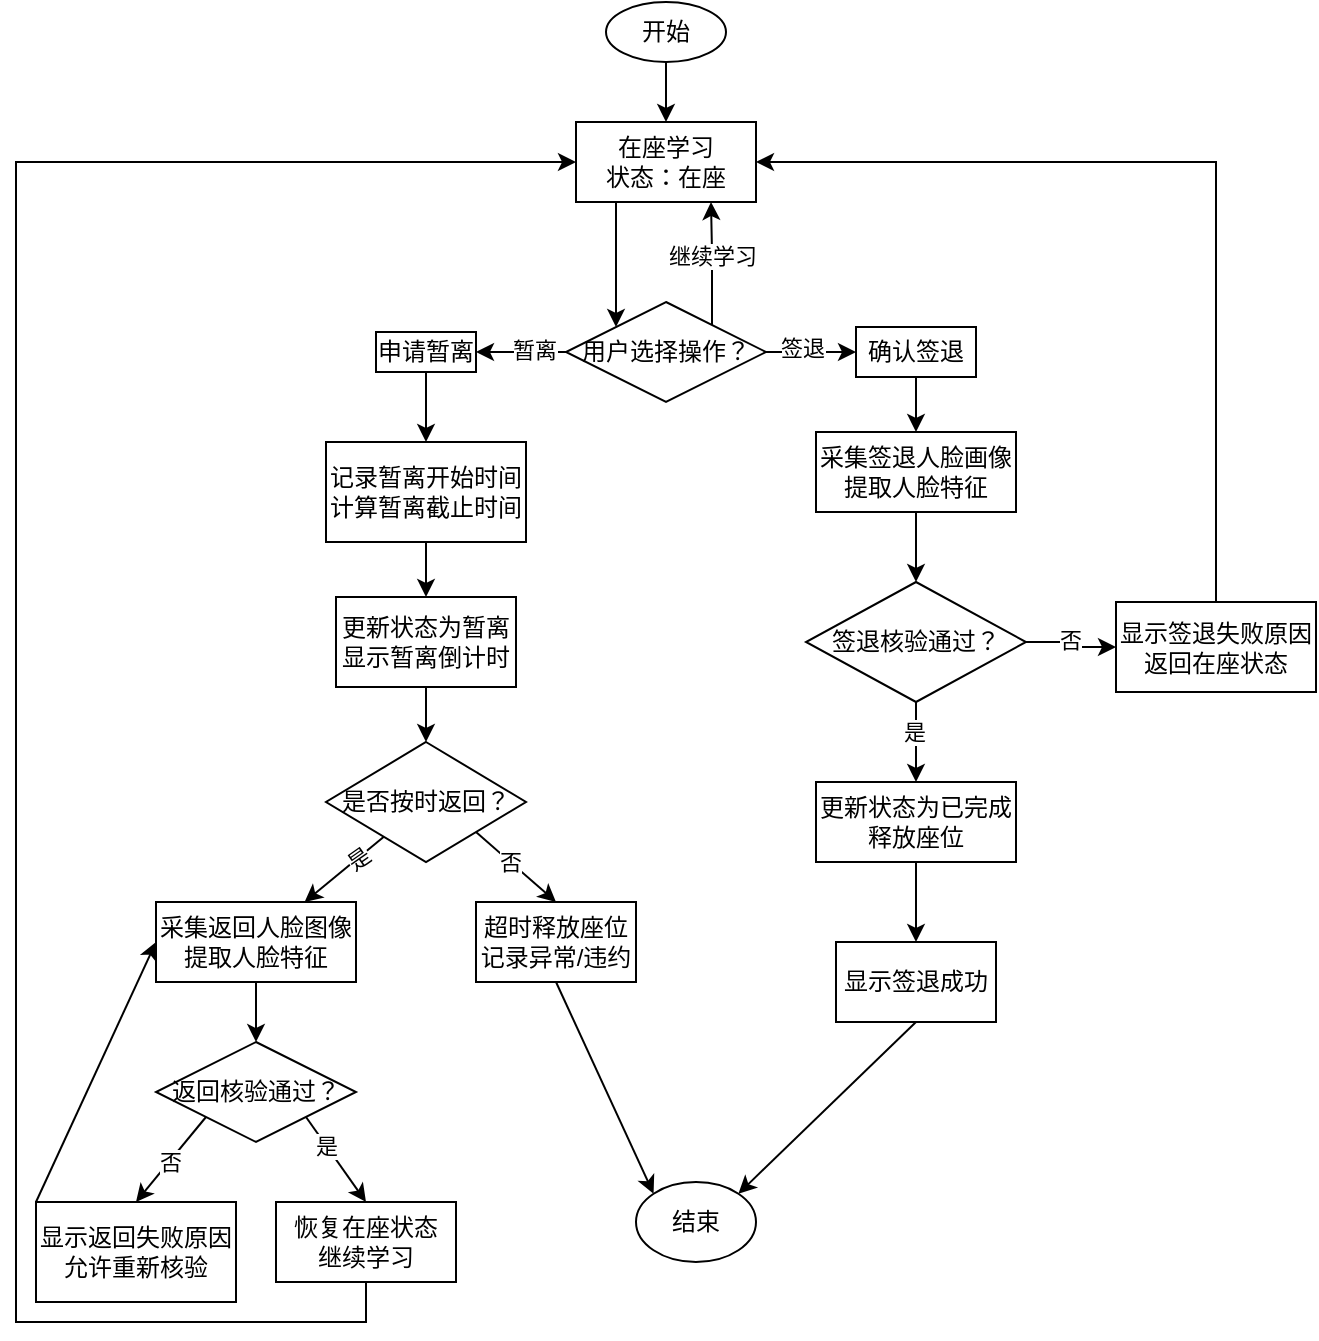
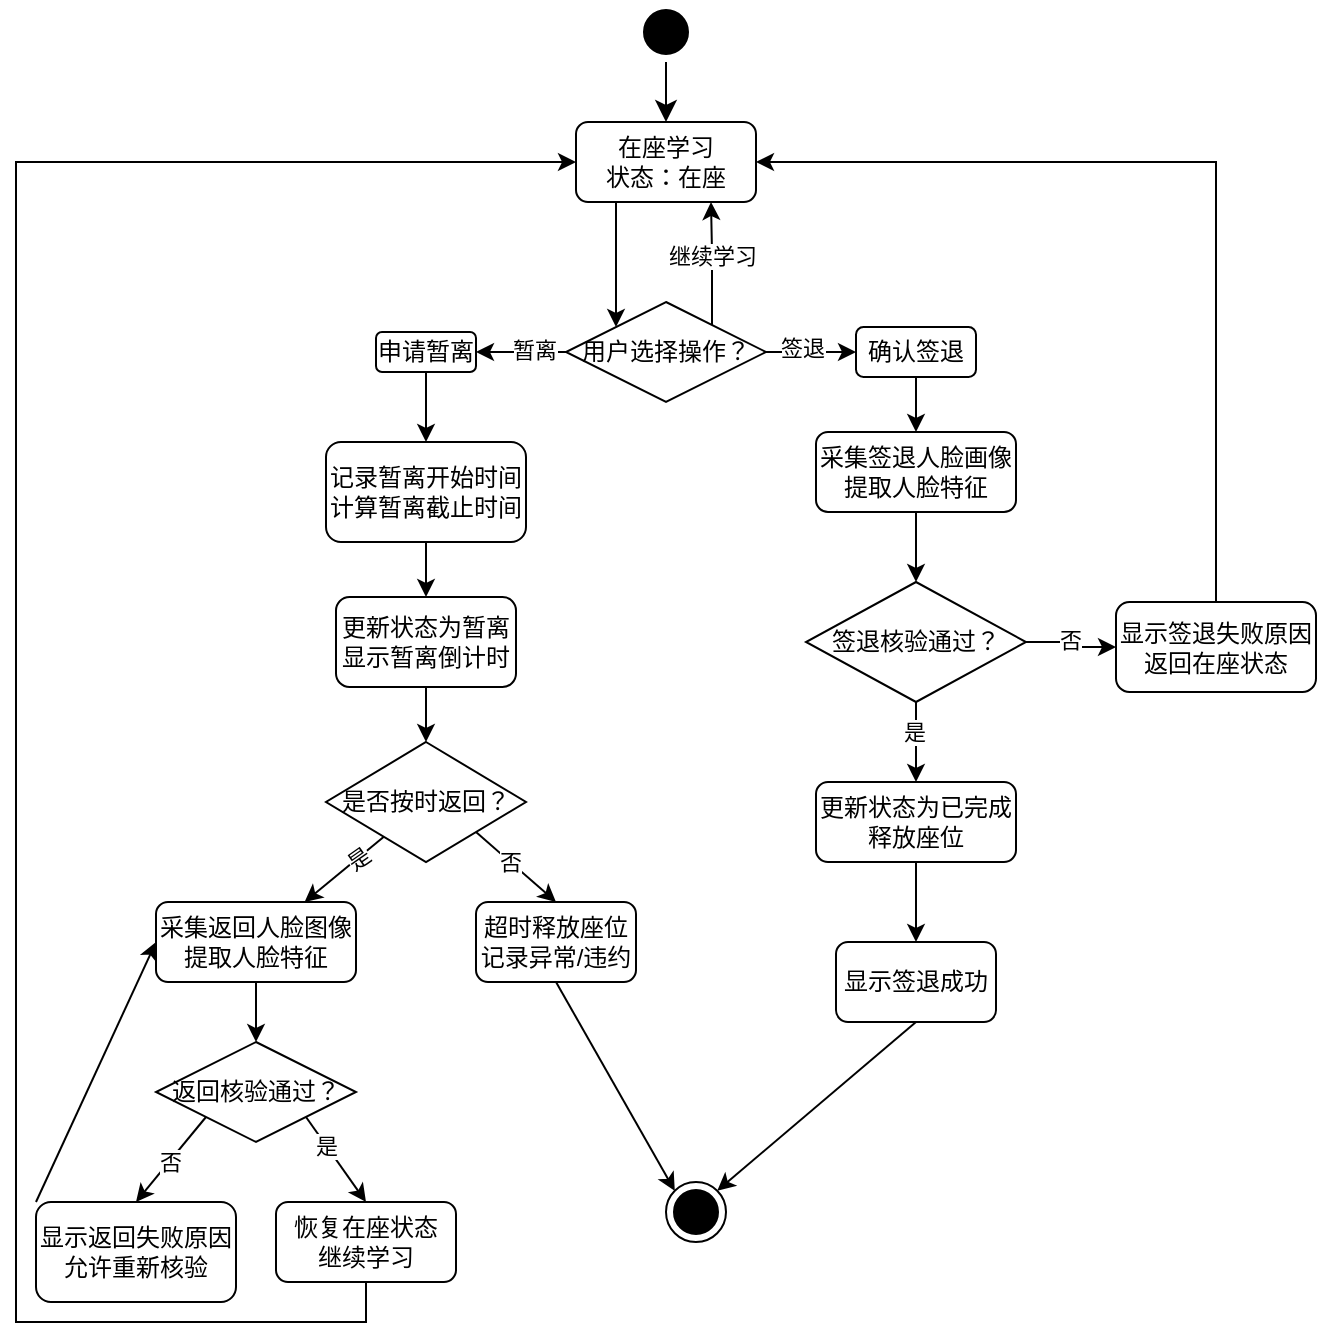
<mxfile host="app.diagrams.net">
  <diagram id="C5RBs43oDa-KdzZeNtuy" name="Page-1">
-     <mxGraphModel dx="1595" dy="766" grid="1" gridSize="10" guides="1" tooltips="1" connect="1" arrows="1" fold="1" page="1" pageScale="1" pageWidth="827" pageHeight="1169" math="0" shadow="0">
+     <mxGraphModel dx="1980" dy="767" grid="1" gridSize="10" guides="1" tooltips="1" connect="1" arrows="1" fold="1" page="1" pageScale="1" pageWidth="827" pageHeight="1169" math="0" shadow="0">
      <root>
        <mxCell id="WIyWlLk6GJQsqaUBKTNV-0" />
        <mxCell id="WIyWlLk6GJQsqaUBKTNV-1" parent="WIyWlLk6GJQsqaUBKTNV-0" />
-         <mxCell id="KdbnOWA6Q3B73fjV9xqP-21" edge="1" parent="WIyWlLk6GJQsqaUBKTNV-1" source="KdbnOWA6Q3B73fjV9xqP-0" style="edgeStyle=orthogonalEdgeStyle;rounded=0;orthogonalLoop=1;jettySize=auto;html=1;entryX=0.5;entryY=0;entryDx=0;entryDy=0;" target="KdbnOWA6Q3B73fjV9xqP-1">
-           <mxGeometry relative="1" as="geometry" />
-         </mxCell>
-         <mxCell id="KdbnOWA6Q3B73fjV9xqP-0" parent="WIyWlLk6GJQsqaUBKTNV-1" style="ellipse;whiteSpace=wrap;html=1;" value="开始" vertex="1">
-           <mxGeometry height="30" width="60" x="215" y="170" as="geometry" />
-         </mxCell>
        <mxCell id="KdbnOWA6Q3B73fjV9xqP-54" edge="1" parent="WIyWlLk6GJQsqaUBKTNV-1" source="KdbnOWA6Q3B73fjV9xqP-1" style="edgeStyle=orthogonalEdgeStyle;rounded=0;orthogonalLoop=1;jettySize=auto;html=1;exitX=0.25;exitY=1;exitDx=0;exitDy=0;entryX=0;entryY=0;entryDx=0;entryDy=0;" target="KdbnOWA6Q3B73fjV9xqP-2">
          <mxGeometry relative="1" as="geometry">
            <Array as="points">
              <mxPoint x="220" y="270" />
            </Array>
          </mxGeometry>
        </mxCell>
-         <mxCell id="KdbnOWA6Q3B73fjV9xqP-1" parent="WIyWlLk6GJQsqaUBKTNV-1" style="whiteSpace=wrap;html=1;" value="在座学习&lt;br&gt;状态：在座" vertex="1">
+         <mxCell id="KdbnOWA6Q3B73fjV9xqP-1" parent="WIyWlLk6GJQsqaUBKTNV-1" style="whiteSpace=wrap;html=1;rounded=1;" value="在座学习&lt;br&gt;状态：在座" vertex="1">
          <mxGeometry height="40" width="90" x="200" y="230" as="geometry" />
        </mxCell>
        <mxCell id="KdbnOWA6Q3B73fjV9xqP-25" edge="1" parent="WIyWlLk6GJQsqaUBKTNV-1" source="KdbnOWA6Q3B73fjV9xqP-2" style="edgeStyle=orthogonalEdgeStyle;rounded=0;orthogonalLoop=1;jettySize=auto;html=1;exitX=0;exitY=0.5;exitDx=0;exitDy=0;entryX=1;entryY=0.5;entryDx=0;entryDy=0;" target="KdbnOWA6Q3B73fjV9xqP-11">
          <mxGeometry relative="1" as="geometry" />
        </mxCell>
        <mxCell id="KdbnOWA6Q3B73fjV9xqP-60" connectable="0" parent="KdbnOWA6Q3B73fjV9xqP-25" style="edgeLabel;html=1;align=center;verticalAlign=middle;resizable=0;points=[];" value="暂离" vertex="1">
          <mxGeometry relative="1" x="-0.2762" y="-1" as="geometry">
            <mxPoint as="offset" />
          </mxGeometry>
        </mxCell>
        <mxCell id="KdbnOWA6Q3B73fjV9xqP-41" edge="1" parent="WIyWlLk6GJQsqaUBKTNV-1" source="KdbnOWA6Q3B73fjV9xqP-2" style="edgeStyle=orthogonalEdgeStyle;rounded=0;orthogonalLoop=1;jettySize=auto;html=1;exitX=1;exitY=0.5;exitDx=0;exitDy=0;" target="KdbnOWA6Q3B73fjV9xqP-3">
          <mxGeometry relative="1" as="geometry" />
        </mxCell>
        <mxCell id="KdbnOWA6Q3B73fjV9xqP-59" connectable="0" parent="KdbnOWA6Q3B73fjV9xqP-41" style="edgeLabel;html=1;align=center;verticalAlign=middle;resizable=0;points=[];" value="签退" vertex="1">
          <mxGeometry relative="1" x="-0.2296" y="2" as="geometry">
            <mxPoint as="offset" />
          </mxGeometry>
        </mxCell>
        <mxCell id="KdbnOWA6Q3B73fjV9xqP-57" edge="1" parent="WIyWlLk6GJQsqaUBKTNV-1" source="KdbnOWA6Q3B73fjV9xqP-2" style="edgeStyle=orthogonalEdgeStyle;rounded=0;orthogonalLoop=1;jettySize=auto;html=1;exitX=1;exitY=0;exitDx=0;exitDy=0;entryX=0.75;entryY=1;entryDx=0;entryDy=0;" target="KdbnOWA6Q3B73fjV9xqP-1">
          <mxGeometry relative="1" as="geometry">
            <Array as="points">
              <mxPoint x="268" y="333" />
              <mxPoint x="268" y="295" />
            </Array>
          </mxGeometry>
        </mxCell>
        <mxCell id="KdbnOWA6Q3B73fjV9xqP-58" connectable="0" parent="KdbnOWA6Q3B73fjV9xqP-57" style="edgeLabel;html=1;align=center;verticalAlign=middle;resizable=0;points=[];" value="继续学习" vertex="1">
          <mxGeometry relative="1" x="0.1524" as="geometry">
            <mxPoint as="offset" />
          </mxGeometry>
        </mxCell>
        <mxCell id="KdbnOWA6Q3B73fjV9xqP-2" parent="WIyWlLk6GJQsqaUBKTNV-1" style="rhombus;whiteSpace=wrap;html=1;" value="用户选择操作？" vertex="1">
          <mxGeometry height="50" width="100" x="195" y="320" as="geometry" />
        </mxCell>
        <mxCell id="KdbnOWA6Q3B73fjV9xqP-43" edge="1" parent="WIyWlLk6GJQsqaUBKTNV-1" source="KdbnOWA6Q3B73fjV9xqP-3" style="edgeStyle=orthogonalEdgeStyle;rounded=0;orthogonalLoop=1;jettySize=auto;html=1;exitX=0.5;exitY=1;exitDx=0;exitDy=0;entryX=0.5;entryY=0;entryDx=0;entryDy=0;" target="KdbnOWA6Q3B73fjV9xqP-5">
          <mxGeometry relative="1" as="geometry" />
        </mxCell>
-         <mxCell id="KdbnOWA6Q3B73fjV9xqP-3" parent="WIyWlLk6GJQsqaUBKTNV-1" style="whiteSpace=wrap;html=1;" value="确认签退" vertex="1">
+         <mxCell id="KdbnOWA6Q3B73fjV9xqP-3" parent="WIyWlLk6GJQsqaUBKTNV-1" style="whiteSpace=wrap;html=1;rounded=1;" value="确认签退" vertex="1">
          <mxGeometry height="25" width="60" x="340" y="332.5" as="geometry" />
        </mxCell>
        <mxCell id="KdbnOWA6Q3B73fjV9xqP-44" edge="1" parent="WIyWlLk6GJQsqaUBKTNV-1" source="KdbnOWA6Q3B73fjV9xqP-5" style="edgeStyle=orthogonalEdgeStyle;rounded=0;orthogonalLoop=1;jettySize=auto;html=1;exitX=0.5;exitY=1;exitDx=0;exitDy=0;entryX=0.5;entryY=0;entryDx=0;entryDy=0;" target="KdbnOWA6Q3B73fjV9xqP-6">
          <mxGeometry relative="1" as="geometry" />
        </mxCell>
-         <mxCell id="KdbnOWA6Q3B73fjV9xqP-5" parent="WIyWlLk6GJQsqaUBKTNV-1" style="whiteSpace=wrap;html=1;" value="采集签退人脸画像&lt;br&gt;提取人脸特征" vertex="1">
+         <mxCell id="KdbnOWA6Q3B73fjV9xqP-5" parent="WIyWlLk6GJQsqaUBKTNV-1" style="whiteSpace=wrap;html=1;rounded=1;" value="采集签退人脸画像&lt;br&gt;提取人脸特征" vertex="1">
          <mxGeometry height="40" width="100" x="320" y="385" as="geometry" />
        </mxCell>
        <mxCell id="KdbnOWA6Q3B73fjV9xqP-45" edge="1" parent="WIyWlLk6GJQsqaUBKTNV-1" source="KdbnOWA6Q3B73fjV9xqP-6" style="edgeStyle=orthogonalEdgeStyle;rounded=0;orthogonalLoop=1;jettySize=auto;html=1;exitX=1;exitY=0.5;exitDx=0;exitDy=0;entryX=0;entryY=0.5;entryDx=0;entryDy=0;" target="KdbnOWA6Q3B73fjV9xqP-10">
          <mxGeometry relative="1" as="geometry" />
        </mxCell>
        <mxCell id="KdbnOWA6Q3B73fjV9xqP-46" connectable="0" parent="KdbnOWA6Q3B73fjV9xqP-45" style="edgeLabel;html=1;align=center;verticalAlign=middle;resizable=0;points=[];" value="否" vertex="1">
          <mxGeometry relative="1" x="-0.0857" y="1" as="geometry">
            <mxPoint as="offset" />
          </mxGeometry>
        </mxCell>
        <mxCell id="KdbnOWA6Q3B73fjV9xqP-48" edge="1" parent="WIyWlLk6GJQsqaUBKTNV-1" source="KdbnOWA6Q3B73fjV9xqP-6" style="edgeStyle=orthogonalEdgeStyle;rounded=0;orthogonalLoop=1;jettySize=auto;html=1;exitX=0.5;exitY=1;exitDx=0;exitDy=0;entryX=0.5;entryY=0;entryDx=0;entryDy=0;" target="KdbnOWA6Q3B73fjV9xqP-7">
          <mxGeometry relative="1" as="geometry" />
        </mxCell>
        <mxCell id="KdbnOWA6Q3B73fjV9xqP-49" connectable="0" parent="KdbnOWA6Q3B73fjV9xqP-48" style="edgeLabel;html=1;align=center;verticalAlign=middle;resizable=0;points=[];" value="是" vertex="1">
          <mxGeometry relative="1" x="-0.2667" y="-1" as="geometry">
            <mxPoint as="offset" />
          </mxGeometry>
        </mxCell>
        <mxCell id="KdbnOWA6Q3B73fjV9xqP-6" parent="WIyWlLk6GJQsqaUBKTNV-1" style="rhombus;whiteSpace=wrap;html=1;" value="签退核验通过？" vertex="1">
          <mxGeometry height="60" width="110" x="315" y="460" as="geometry" />
        </mxCell>
        <mxCell id="KdbnOWA6Q3B73fjV9xqP-50" edge="1" parent="WIyWlLk6GJQsqaUBKTNV-1" source="KdbnOWA6Q3B73fjV9xqP-7" style="edgeStyle=orthogonalEdgeStyle;rounded=0;orthogonalLoop=1;jettySize=auto;html=1;exitX=0.5;exitY=1;exitDx=0;exitDy=0;entryX=0.5;entryY=0;entryDx=0;entryDy=0;" target="KdbnOWA6Q3B73fjV9xqP-8">
          <mxGeometry relative="1" as="geometry" />
        </mxCell>
-         <mxCell id="KdbnOWA6Q3B73fjV9xqP-7" parent="WIyWlLk6GJQsqaUBKTNV-1" style="whiteSpace=wrap;html=1;" value="更新状态为已完成&lt;br&gt;释放座位" vertex="1">
+         <mxCell id="KdbnOWA6Q3B73fjV9xqP-7" parent="WIyWlLk6GJQsqaUBKTNV-1" style="whiteSpace=wrap;html=1;rounded=1;" value="更新状态为已完成&lt;br&gt;释放座位" vertex="1">
          <mxGeometry height="40" width="100" x="320" y="560" as="geometry" />
        </mxCell>
-         <mxCell id="KdbnOWA6Q3B73fjV9xqP-53" edge="1" parent="WIyWlLk6GJQsqaUBKTNV-1" source="KdbnOWA6Q3B73fjV9xqP-8" style="rounded=0;orthogonalLoop=1;jettySize=auto;html=1;exitX=0.5;exitY=1;exitDx=0;exitDy=0;entryX=1;entryY=0;entryDx=0;entryDy=0;" target="KdbnOWA6Q3B73fjV9xqP-9">
-           <mxGeometry relative="1" as="geometry" />
-         </mxCell>
-         <mxCell id="KdbnOWA6Q3B73fjV9xqP-8" parent="WIyWlLk6GJQsqaUBKTNV-1" style="whiteSpace=wrap;html=1;" value="显示签退成功" vertex="1">
+         <mxCell id="KdbnOWA6Q3B73fjV9xqP-53" edge="1" parent="WIyWlLk6GJQsqaUBKTNV-1" source="KdbnOWA6Q3B73fjV9xqP-8" style="rounded=0;orthogonalLoop=1;jettySize=auto;html=1;exitX=0.5;exitY=1;exitDx=0;exitDy=0;entryX=1;entryY=0;entryDx=0;entryDy=0;" target="KdbnOWA6Q3B73fjV9xqP-64">
+           <mxGeometry relative="1" as="geometry">
+             <mxPoint x="281.21320343559637" y="765.8578643762689" as="targetPoint" />
+           </mxGeometry>
+         </mxCell>
+         <mxCell id="KdbnOWA6Q3B73fjV9xqP-8" parent="WIyWlLk6GJQsqaUBKTNV-1" style="whiteSpace=wrap;html=1;rounded=1;" value="显示签退成功" vertex="1">
          <mxGeometry height="40" width="80" x="330" y="640" as="geometry" />
        </mxCell>
-         <mxCell id="KdbnOWA6Q3B73fjV9xqP-9" parent="WIyWlLk6GJQsqaUBKTNV-1" style="ellipse;whiteSpace=wrap;html=1;" value="结束" vertex="1">
-           <mxGeometry height="40" width="60" x="230" y="760" as="geometry" />
-         </mxCell>
        <mxCell id="KdbnOWA6Q3B73fjV9xqP-47" edge="1" parent="WIyWlLk6GJQsqaUBKTNV-1" source="KdbnOWA6Q3B73fjV9xqP-10" style="edgeStyle=orthogonalEdgeStyle;rounded=0;orthogonalLoop=1;jettySize=auto;html=1;exitX=0.5;exitY=0;exitDx=0;exitDy=0;entryX=1;entryY=0.5;entryDx=0;entryDy=0;" target="KdbnOWA6Q3B73fjV9xqP-1">
          <mxGeometry relative="1" as="geometry" />
        </mxCell>
-         <mxCell id="KdbnOWA6Q3B73fjV9xqP-10" parent="WIyWlLk6GJQsqaUBKTNV-1" style="whiteSpace=wrap;html=1;" value="显示签退失败原因&lt;br&gt;返回在座状态" vertex="1">
+         <mxCell id="KdbnOWA6Q3B73fjV9xqP-10" parent="WIyWlLk6GJQsqaUBKTNV-1" style="whiteSpace=wrap;html=1;rounded=1;" value="显示签退失败原因&lt;br&gt;返回在座状态" vertex="1">
          <mxGeometry height="45" width="100" x="470" y="470" as="geometry" />
        </mxCell>
        <mxCell id="KdbnOWA6Q3B73fjV9xqP-26" edge="1" parent="WIyWlLk6GJQsqaUBKTNV-1" source="KdbnOWA6Q3B73fjV9xqP-11" style="edgeStyle=orthogonalEdgeStyle;rounded=0;orthogonalLoop=1;jettySize=auto;html=1;exitX=0.5;exitY=1;exitDx=0;exitDy=0;entryX=0.5;entryY=0;entryDx=0;entryDy=0;" target="KdbnOWA6Q3B73fjV9xqP-12">
          <mxGeometry relative="1" as="geometry" />
        </mxCell>
-         <mxCell id="KdbnOWA6Q3B73fjV9xqP-11" parent="WIyWlLk6GJQsqaUBKTNV-1" style="whiteSpace=wrap;html=1;" value="申请暂离" vertex="1">
+         <mxCell id="KdbnOWA6Q3B73fjV9xqP-11" parent="WIyWlLk6GJQsqaUBKTNV-1" style="whiteSpace=wrap;html=1;gradientColor=none;fillColor=default;rounded=1;" value="申请暂离" vertex="1">
          <mxGeometry height="20" width="50" x="100" y="335" as="geometry" />
        </mxCell>
        <mxCell id="KdbnOWA6Q3B73fjV9xqP-27" edge="1" parent="WIyWlLk6GJQsqaUBKTNV-1" source="KdbnOWA6Q3B73fjV9xqP-12" style="edgeStyle=orthogonalEdgeStyle;rounded=0;orthogonalLoop=1;jettySize=auto;html=1;exitX=0.5;exitY=1;exitDx=0;exitDy=0;entryX=0.5;entryY=0;entryDx=0;entryDy=0;" target="KdbnOWA6Q3B73fjV9xqP-13">
          <mxGeometry relative="1" as="geometry" />
        </mxCell>
-         <mxCell id="KdbnOWA6Q3B73fjV9xqP-12" parent="WIyWlLk6GJQsqaUBKTNV-1" style="whiteSpace=wrap;html=1;" value="记录暂离开始时间&lt;br&gt;计算暂离截止时间" vertex="1">
+         <mxCell id="KdbnOWA6Q3B73fjV9xqP-12" parent="WIyWlLk6GJQsqaUBKTNV-1" style="whiteSpace=wrap;html=1;rounded=1;" value="记录暂离开始时间&lt;br&gt;计算暂离截止时间" vertex="1">
          <mxGeometry height="50" width="100" x="75" y="390" as="geometry" />
        </mxCell>
        <mxCell id="KdbnOWA6Q3B73fjV9xqP-28" edge="1" parent="WIyWlLk6GJQsqaUBKTNV-1" source="KdbnOWA6Q3B73fjV9xqP-13" style="edgeStyle=orthogonalEdgeStyle;rounded=0;orthogonalLoop=1;jettySize=auto;html=1;entryX=0.5;entryY=0;entryDx=0;entryDy=0;" target="KdbnOWA6Q3B73fjV9xqP-14">
          <mxGeometry relative="1" as="geometry" />
        </mxCell>
-         <mxCell id="KdbnOWA6Q3B73fjV9xqP-13" parent="WIyWlLk6GJQsqaUBKTNV-1" style="whiteSpace=wrap;html=1;" value="更新状态为暂离&lt;br&gt;显示暂离倒计时" vertex="1">
+         <mxCell id="KdbnOWA6Q3B73fjV9xqP-13" parent="WIyWlLk6GJQsqaUBKTNV-1" style="whiteSpace=wrap;html=1;rounded=1;" value="更新状态为暂离&lt;br&gt;显示暂离倒计时" vertex="1">
          <mxGeometry height="45" width="90" x="80" y="467.5" as="geometry" />
        </mxCell>
        <mxCell id="KdbnOWA6Q3B73fjV9xqP-29" edge="1" parent="WIyWlLk6GJQsqaUBKTNV-1" source="KdbnOWA6Q3B73fjV9xqP-14" style="rounded=0;orthogonalLoop=1;jettySize=auto;html=1;" target="KdbnOWA6Q3B73fjV9xqP-15">
          <mxGeometry relative="1" as="geometry" />
        </mxCell>
        <mxCell id="KdbnOWA6Q3B73fjV9xqP-31" connectable="0" parent="KdbnOWA6Q3B73fjV9xqP-29" style="edgeLabel;html=1;align=center;verticalAlign=middle;resizable=0;points=[];rotation=325;" value="是" vertex="1">
          <mxGeometry relative="1" x="-0.3093" as="geometry">
            <mxPoint as="offset" />
          </mxGeometry>
        </mxCell>
        <mxCell id="KdbnOWA6Q3B73fjV9xqP-30" edge="1" parent="WIyWlLk6GJQsqaUBKTNV-1" source="KdbnOWA6Q3B73fjV9xqP-14" style="rounded=0;orthogonalLoop=1;jettySize=auto;html=1;exitX=1;exitY=1;exitDx=0;exitDy=0;entryX=0.5;entryY=0;entryDx=0;entryDy=0;" target="KdbnOWA6Q3B73fjV9xqP-16">
          <mxGeometry relative="1" as="geometry" />
        </mxCell>
        <mxCell id="KdbnOWA6Q3B73fjV9xqP-32" connectable="0" parent="KdbnOWA6Q3B73fjV9xqP-30" style="edgeLabel;html=1;align=center;verticalAlign=middle;resizable=0;points=[];" value="否" vertex="1">
          <mxGeometry relative="1" x="-0.1523" as="geometry">
            <mxPoint as="offset" />
          </mxGeometry>
        </mxCell>
        <mxCell id="KdbnOWA6Q3B73fjV9xqP-14" parent="WIyWlLk6GJQsqaUBKTNV-1" style="rhombus;whiteSpace=wrap;html=1;" value="是否按时返回？" vertex="1">
          <mxGeometry height="60" width="100" x="75" y="540" as="geometry" />
        </mxCell>
        <mxCell id="KdbnOWA6Q3B73fjV9xqP-34" edge="1" parent="WIyWlLk6GJQsqaUBKTNV-1" source="KdbnOWA6Q3B73fjV9xqP-15" style="edgeStyle=orthogonalEdgeStyle;rounded=0;orthogonalLoop=1;jettySize=auto;html=1;exitX=0.5;exitY=1;exitDx=0;exitDy=0;entryX=0.5;entryY=0;entryDx=0;entryDy=0;" target="KdbnOWA6Q3B73fjV9xqP-17">
          <mxGeometry relative="1" as="geometry" />
        </mxCell>
-         <mxCell id="KdbnOWA6Q3B73fjV9xqP-15" parent="WIyWlLk6GJQsqaUBKTNV-1" style="whiteSpace=wrap;html=1;" value="采集返回人脸图像&lt;br&gt;提取人脸特征" vertex="1">
+         <mxCell id="KdbnOWA6Q3B73fjV9xqP-15" parent="WIyWlLk6GJQsqaUBKTNV-1" style="whiteSpace=wrap;html=1;rounded=1;" value="采集返回人脸图像&lt;br&gt;提取人脸特征" vertex="1">
          <mxGeometry height="40" width="100" x="-10" y="620" as="geometry" />
        </mxCell>
-         <mxCell id="KdbnOWA6Q3B73fjV9xqP-42" edge="1" parent="WIyWlLk6GJQsqaUBKTNV-1" source="KdbnOWA6Q3B73fjV9xqP-16" style="rounded=0;orthogonalLoop=1;jettySize=auto;html=1;exitX=0.5;exitY=1;exitDx=0;exitDy=0;entryX=0;entryY=0;entryDx=0;entryDy=0;" target="KdbnOWA6Q3B73fjV9xqP-9">
-           <mxGeometry relative="1" as="geometry" />
-         </mxCell>
-         <mxCell id="KdbnOWA6Q3B73fjV9xqP-16" parent="WIyWlLk6GJQsqaUBKTNV-1" style="whiteSpace=wrap;html=1;" value="超时释放座位&lt;br&gt;记录异常/违约" vertex="1">
+         <mxCell id="KdbnOWA6Q3B73fjV9xqP-42" edge="1" parent="WIyWlLk6GJQsqaUBKTNV-1" source="KdbnOWA6Q3B73fjV9xqP-16" style="rounded=0;orthogonalLoop=1;jettySize=auto;html=1;exitX=0.5;exitY=1;exitDx=0;exitDy=0;entryX=0;entryY=0;entryDx=0;entryDy=0;" target="KdbnOWA6Q3B73fjV9xqP-64">
+           <mxGeometry relative="1" as="geometry">
+             <mxPoint x="238.78679656440363" y="765.8578643762692" as="targetPoint" />
+           </mxGeometry>
+         </mxCell>
+         <mxCell id="KdbnOWA6Q3B73fjV9xqP-16" parent="WIyWlLk6GJQsqaUBKTNV-1" style="whiteSpace=wrap;html=1;rounded=1;" value="超时释放座位&lt;br&gt;记录异常/违约" vertex="1">
          <mxGeometry height="40" width="80" x="150" y="620" as="geometry" />
        </mxCell>
        <mxCell id="KdbnOWA6Q3B73fjV9xqP-35" edge="1" parent="WIyWlLk6GJQsqaUBKTNV-1" source="KdbnOWA6Q3B73fjV9xqP-17" style="rounded=0;orthogonalLoop=1;jettySize=auto;html=1;exitX=0;exitY=1;exitDx=0;exitDy=0;entryX=0.5;entryY=0;entryDx=0;entryDy=0;" target="KdbnOWA6Q3B73fjV9xqP-18">
          <mxGeometry relative="1" as="geometry" />
        </mxCell>
        <mxCell id="KdbnOWA6Q3B73fjV9xqP-36" connectable="0" parent="KdbnOWA6Q3B73fjV9xqP-35" style="edgeLabel;html=1;align=center;verticalAlign=middle;resizable=0;points=[];" value="否" vertex="1">
          <mxGeometry relative="1" x="0.0466" as="geometry">
            <mxPoint as="offset" />
          </mxGeometry>
        </mxCell>
        <mxCell id="KdbnOWA6Q3B73fjV9xqP-38" edge="1" parent="WIyWlLk6GJQsqaUBKTNV-1" source="KdbnOWA6Q3B73fjV9xqP-17" style="rounded=0;orthogonalLoop=1;jettySize=auto;html=1;exitX=1;exitY=1;exitDx=0;exitDy=0;entryX=0.5;entryY=0;entryDx=0;entryDy=0;" target="KdbnOWA6Q3B73fjV9xqP-19">
          <mxGeometry relative="1" as="geometry" />
        </mxCell>
        <mxCell id="KdbnOWA6Q3B73fjV9xqP-39" connectable="0" parent="KdbnOWA6Q3B73fjV9xqP-38" style="edgeLabel;html=1;align=center;verticalAlign=middle;resizable=0;points=[];" value="是" vertex="1">
          <mxGeometry relative="1" x="-0.3229" as="geometry">
            <mxPoint as="offset" />
          </mxGeometry>
        </mxCell>
        <mxCell id="KdbnOWA6Q3B73fjV9xqP-17" parent="WIyWlLk6GJQsqaUBKTNV-1" style="rhombus;whiteSpace=wrap;html=1;" value="返回核验通过？" vertex="1">
          <mxGeometry height="50" width="100" x="-10" y="690" as="geometry" />
        </mxCell>
        <mxCell id="KdbnOWA6Q3B73fjV9xqP-37" edge="1" parent="WIyWlLk6GJQsqaUBKTNV-1" source="KdbnOWA6Q3B73fjV9xqP-18" style="rounded=0;orthogonalLoop=1;jettySize=auto;html=1;exitX=0;exitY=0;exitDx=0;exitDy=0;entryX=0;entryY=0.5;entryDx=0;entryDy=0;" target="KdbnOWA6Q3B73fjV9xqP-15">
          <mxGeometry relative="1" as="geometry" />
        </mxCell>
-         <mxCell id="KdbnOWA6Q3B73fjV9xqP-18" parent="WIyWlLk6GJQsqaUBKTNV-1" style="whiteSpace=wrap;html=1;" value="显示返回失败原因&lt;br&gt;允许重新核验" vertex="1">
+         <mxCell id="KdbnOWA6Q3B73fjV9xqP-18" parent="WIyWlLk6GJQsqaUBKTNV-1" style="whiteSpace=wrap;html=1;rounded=1;" value="显示返回失败原因&lt;br&gt;允许重新核验" vertex="1">
          <mxGeometry height="50" width="100" x="-70" y="770" as="geometry" />
        </mxCell>
        <mxCell id="KdbnOWA6Q3B73fjV9xqP-40" edge="1" parent="WIyWlLk6GJQsqaUBKTNV-1" source="KdbnOWA6Q3B73fjV9xqP-19" style="edgeStyle=orthogonalEdgeStyle;rounded=0;orthogonalLoop=1;jettySize=auto;html=1;exitX=0.5;exitY=1;exitDx=0;exitDy=0;entryX=0;entryY=0.5;entryDx=0;entryDy=0;" target="KdbnOWA6Q3B73fjV9xqP-1">
          <mxGeometry relative="1" as="geometry">
            <Array as="points">
              <mxPoint x="95" y="830" />
              <mxPoint x="-80" y="830" />
              <mxPoint x="-80" y="250" />
            </Array>
          </mxGeometry>
        </mxCell>
-         <mxCell id="KdbnOWA6Q3B73fjV9xqP-19" parent="WIyWlLk6GJQsqaUBKTNV-1" style="whiteSpace=wrap;html=1;" value="恢复在座状态&lt;br&gt;继续学习" vertex="1">
+         <mxCell id="KdbnOWA6Q3B73fjV9xqP-19" parent="WIyWlLk6GJQsqaUBKTNV-1" style="whiteSpace=wrap;html=1;rounded=1;" value="恢复在座状态&lt;br&gt;继续学习" vertex="1">
          <mxGeometry height="40" width="90" x="50" y="770" as="geometry" />
+         </mxCell>
+         <mxCell id="KdbnOWA6Q3B73fjV9xqP-61" parent="WIyWlLk6GJQsqaUBKTNV-1" style="ellipse;html=1;shape=startState;fillColor=#000000;strokeColor=#000000;" value="" vertex="1">
+           <mxGeometry height="30" width="30" x="230" y="170" as="geometry" />
+         </mxCell>
+         <mxCell id="KdbnOWA6Q3B73fjV9xqP-62" edge="1" parent="WIyWlLk6GJQsqaUBKTNV-1" source="KdbnOWA6Q3B73fjV9xqP-61" style="edgeStyle=orthogonalEdgeStyle;html=1;verticalAlign=bottom;endArrow=classic;endSize=8;strokeColor=#000000;rounded=0;fontSize=12;curved=1;endFill=1;" value="">
+           <mxGeometry relative="1" as="geometry">
+             <mxPoint x="245" y="230" as="targetPoint" />
+           </mxGeometry>
+         </mxCell>
+         <mxCell id="KdbnOWA6Q3B73fjV9xqP-64" parent="WIyWlLk6GJQsqaUBKTNV-1" style="ellipse;html=1;shape=endState;fillColor=#000000;strokeColor=#000000;" value="" vertex="1">
+           <mxGeometry height="30" width="30" x="245" y="760" as="geometry" />
        </mxCell>
      </root>
    </mxGraphModel>
  </diagram>
</mxfile>
